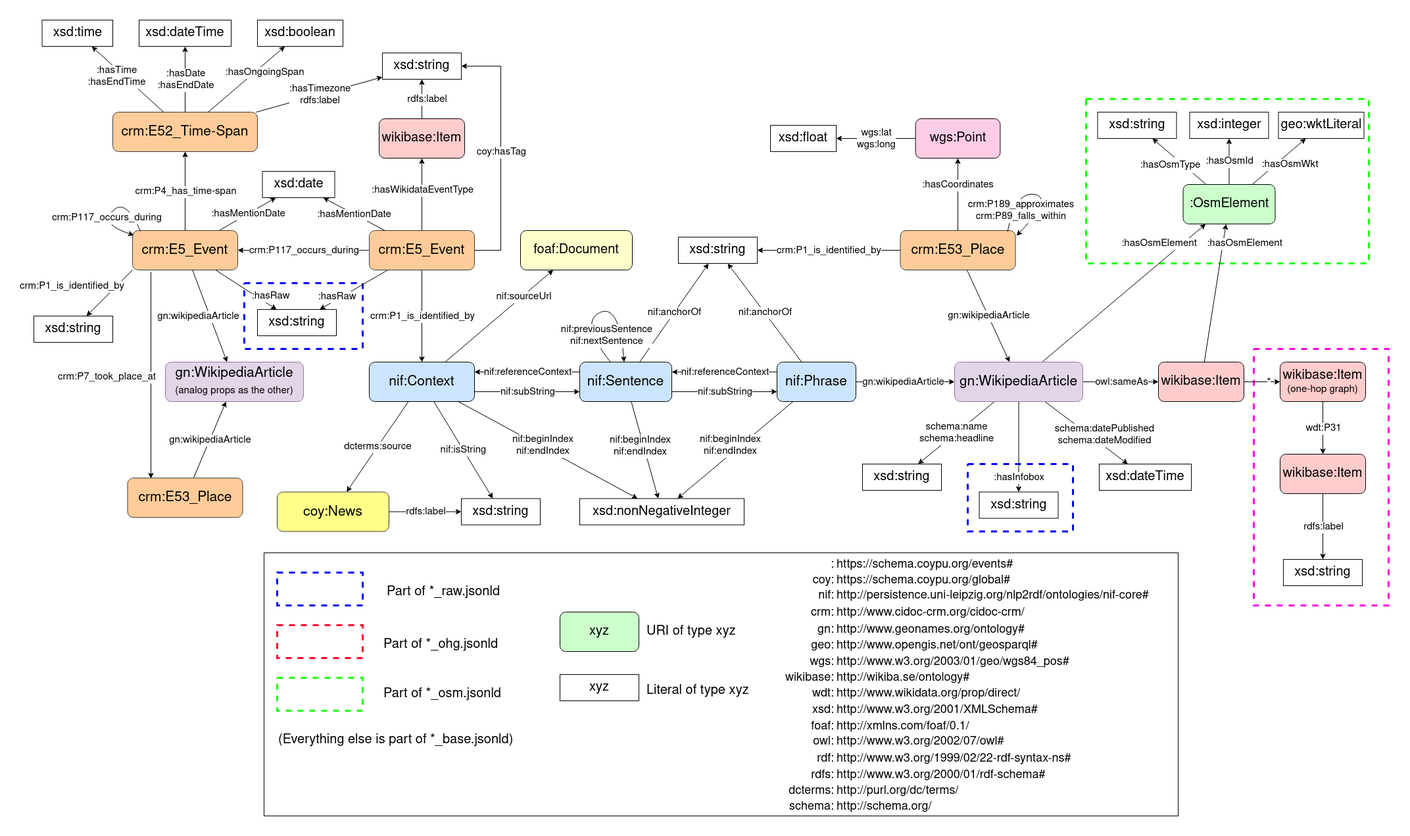
Before: Schema.drawio.png, a diagram exported from draw.io (semantic-systems/coypu-wiki-events). Source tidied: cells renumbered, new cells last; positions are measured from the earlier drawing's top-left corner, leaving out a move shared by most shapes.
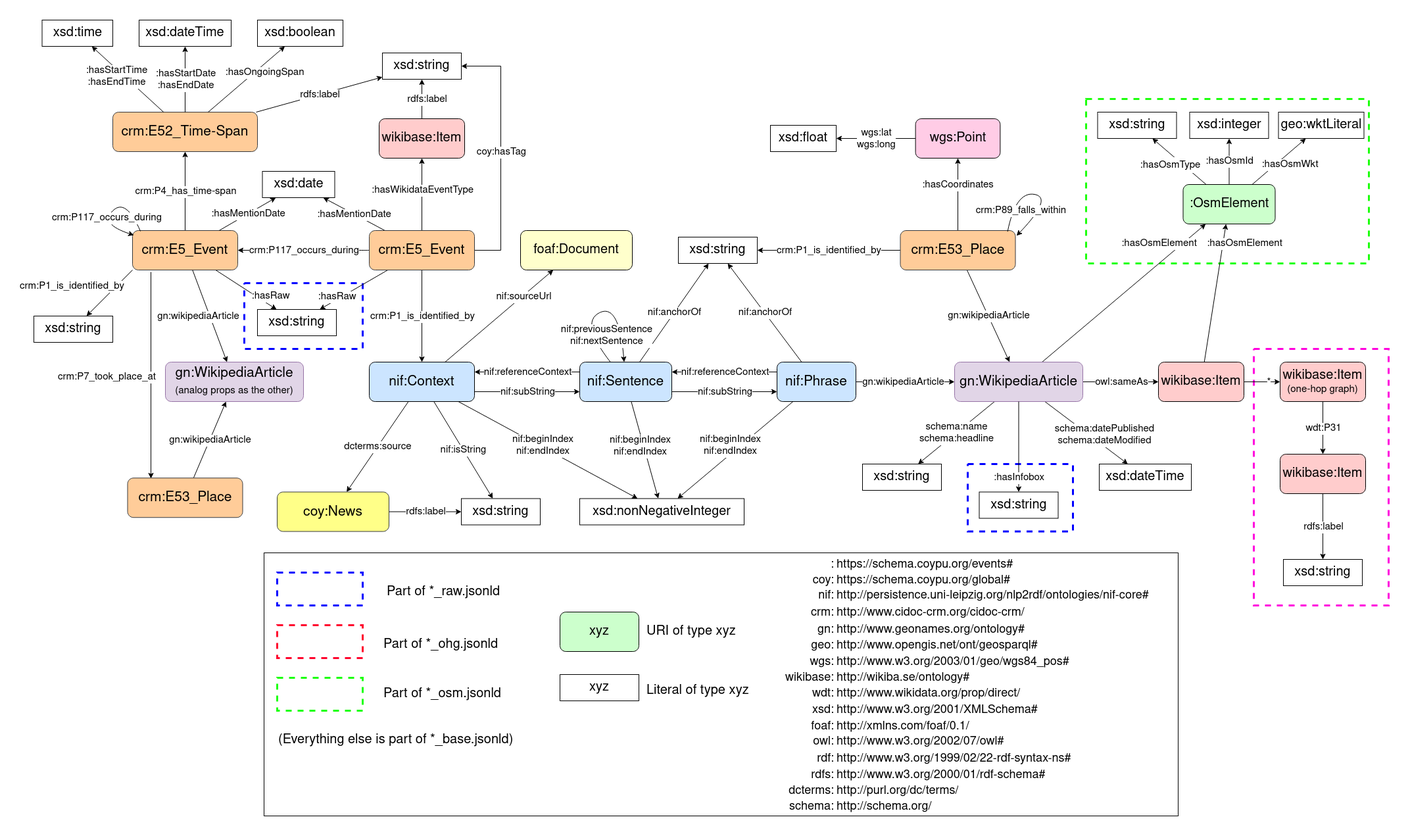
The same file after the commit.

Diff of the diagram source:
```diff
@@ -534,7 +534,7 @@
     <mxCell id="165" style="edgeStyle=none;rounded=0;jettySize=auto;html=1;fontSize=15;" parent="1" edge="1" source="167" target="195">
       <mxGeometry relative="1" as="geometry" />
     </mxCell>
-    <mxCell id="166" value="&lt;div&gt;:hasTimezone&lt;br&gt;&lt;/div&gt;&lt;div&gt;rdfs:label&lt;/div&gt;" style="edgeLabel;html=1;align=center;verticalAlign=middle;fontSize=15;" parent="165" vertex="1">
+    <mxCell id="166" value="&lt;div&gt;rdfs:label&lt;/div&gt;" style="edgeLabel;html=1;align=center;verticalAlign=middle;fontSize=15;" parent="165" vertex="1">
       <mxGeometry relative="1" as="geometry" />
     </mxCell>
     <mxCell id="167" value="&lt;font style=&quot;font-size: 21px;&quot;&gt;crm:E52_Time-Span&lt;/font&gt;" style="rounded=1;whiteSpace=wrap;html=1;labelBackgroundColor=none;fontFamily=Helvetica;fontSize=15;fillColor=#ffcc99;strokeColor=#36393d;" parent="1" vertex="1">
@@ -543,7 +543,7 @@
     <mxCell id="168" style="edgeStyle=none;rounded=0;jettySize=auto;html=1;fontSize=21;" parent="1" edge="1" source="167" target="170">
       <mxGeometry relative="1" as="geometry" />
     </mxCell>
-    <mxCell id="169" value="&lt;div style=&quot;font-size: 15px;&quot;&gt;&lt;font style=&quot;font-size: 15px;&quot;&gt;:hasDate&lt;/font&gt;&lt;/div&gt;&lt;div style=&quot;font-size: 15px;&quot;&gt;&lt;font style=&quot;font-size: 15px;&quot;&gt;:hasEndDate&lt;/font&gt;&lt;/div&gt;" style="edgeLabel;html=1;align=center;verticalAlign=middle;fontSize=21;" parent="168" vertex="1">
+    <mxCell id="169" value="&lt;div style=&quot;font-size: 15px;&quot;&gt;&lt;font style=&quot;font-size: 15px;&quot;&gt;:hasStartDate&lt;/font&gt;&lt;/div&gt;&lt;div style=&quot;font-size: 15px;&quot;&gt;&lt;font style=&quot;font-size: 15px;&quot;&gt;:hasEndDate&lt;/font&gt;&lt;/div&gt;" style="edgeLabel;html=1;align=center;verticalAlign=middle;fontSize=21;" parent="168" vertex="1">
       <mxGeometry relative="1" as="geometry" />
     </mxCell>
     <mxCell id="170" value="&lt;font style=&quot;font-size: 20px;&quot;&gt;xsd:dateTime&lt;/font&gt;" style="rounded=0;whiteSpace=wrap;html=1;labelBackgroundColor=default;fontFamily=Helvetica;fontSize=15;fontColor=default;fillColor=none;gradientColor=none;" parent="1" vertex="1">
@@ -563,7 +563,7 @@
     <mxCell id="174" style="rounded=0;jettySize=auto;html=1;" parent="1" edge="1" source="167" target="176">
       <mxGeometry relative="1" as="geometry" />
     </mxCell>
-    <mxCell id="175" value="&lt;div&gt;:hasTime&lt;/div&gt;&lt;div&gt;:hasEndTime&lt;br&gt;&lt;/div&gt;" style="edgeLabel;html=1;align=center;verticalAlign=middle;fontSize=15;" parent="174" vertex="1">
+    <mxCell id="175" value="&lt;div&gt;:hasStartTime&lt;/div&gt;&lt;div&gt;:hasEndTime&lt;br&gt;&lt;/div&gt;" style="edgeLabel;html=1;align=center;verticalAlign=middle;fontSize=15;" parent="174" vertex="1">
       <mxGeometry relative="1" as="geometry">
         <mxPoint x="-17" y="-5" as="offset" />
       </mxGeometry>
@@ -663,7 +663,7 @@
         </Array>
       </mxGeometry>
     </mxCell>
-    <mxCell id="199" value="&lt;div style=&quot;font-size: 15px;&quot; align=&quot;center&quot;&gt;&lt;font style=&quot;font-size: 15px; line-height: 1;&quot;&gt;crm:P189_approximates&lt;/font&gt;&lt;/div&gt;&lt;div style=&quot;font-size: 15px;&quot; align=&quot;center&quot;&gt;&lt;font style=&quot;font-size: 15px; line-height: 1;&quot;&gt;crm:P89_falls_within&lt;br&gt;&lt;/font&gt;&lt;/div&gt;" style="edgeLabel;html=1;align=center;verticalAlign=middle;fontSize=21;" parent="198" vertex="1">
+    <mxCell id="199" value="&lt;div style=&quot;font-size: 15px;&quot; align=&quot;center&quot;&gt;&lt;font style=&quot;font-size: 15px; line-height: 1;&quot;&gt;crm:P89_falls_within&lt;br&gt;&lt;/font&gt;&lt;/div&gt;" style="edgeLabel;html=1;align=center;verticalAlign=middle;fontSize=21;" parent="198" vertex="1">
       <mxGeometry x="-0.46" y="-8" relative="1" as="geometry">
         <mxPoint x="1" y="20" as="offset" />
       </mxGeometry>
```
